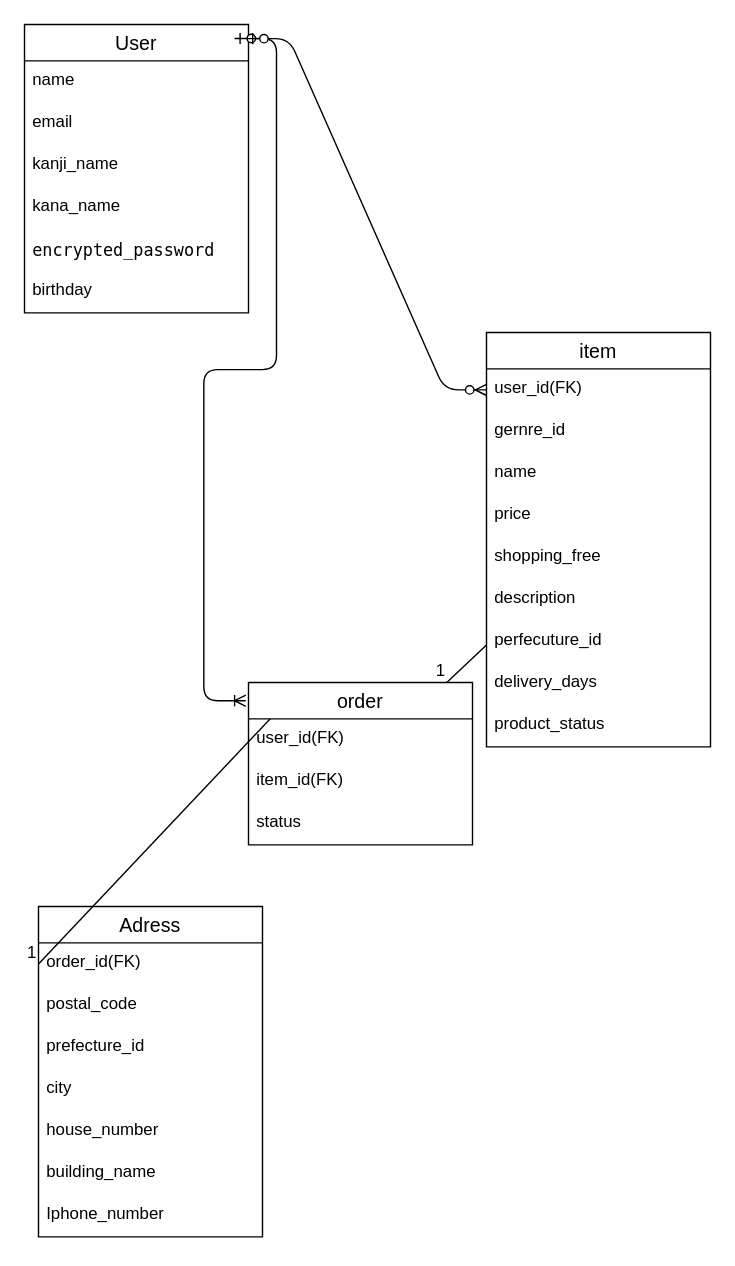
Before: furima.dio in hirowood/furima-41960, a draw.io diagram. Source tidied: cells renumbered, new cells numbered last; positions are measured from the earlier drawing's top-left corner, leaving out a move shared by most shapes. Both pictures are drawn from the tidied source at 140%, with x=0, y=0 at pixel (24, 24).
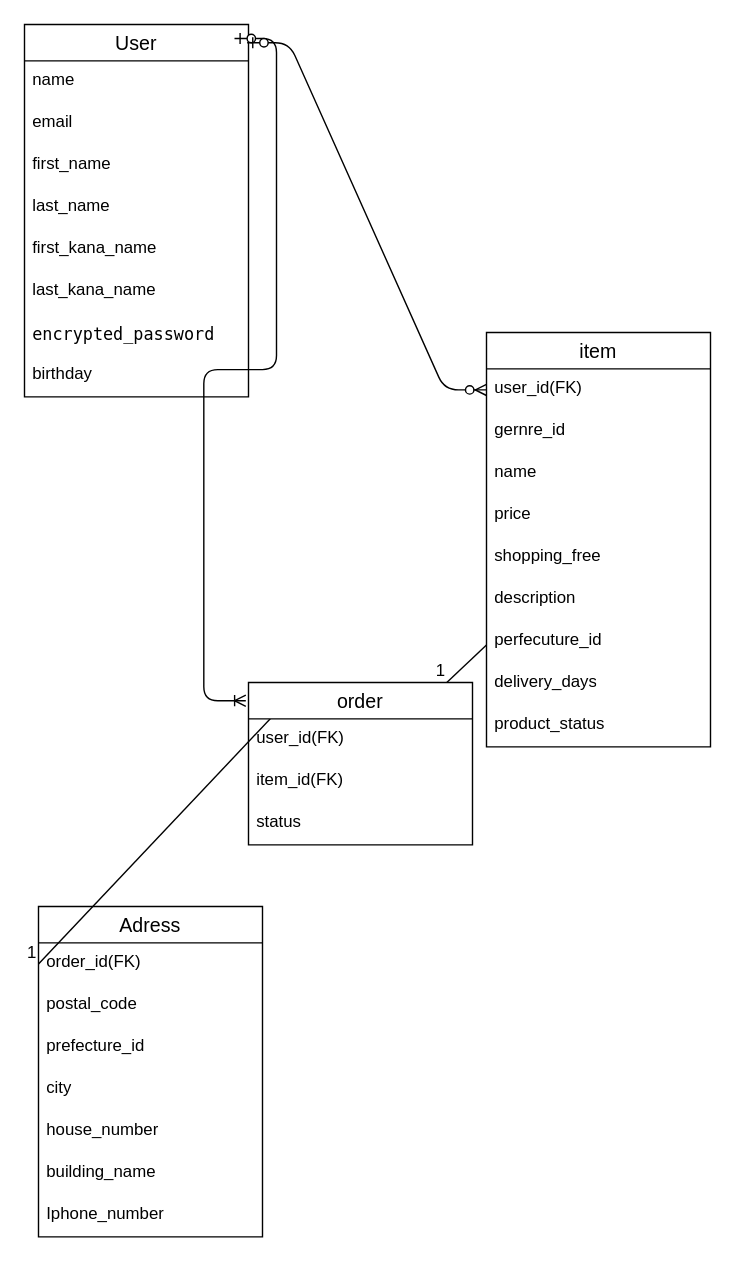
The same diagram, later.

Change to the diagram source:
```diff
@@
     <mxCell id="2" value="User" style="swimlane;fontStyle=0;horizontal=1;startSize=26;align=center;fontSize=14;" parent="1" vertex="1">
-      <mxGeometry width="160" height="206" as="geometry" />
+      <mxGeometry width="160" height="266" as="geometry" />
     </mxCell>
@@
-    <mxCell id="6" value="kanji_name" style="text;strokeColor=none;fillColor=none;spacingLeft=4;spacingRight=4;overflow=hidden;fontSize=12;whiteSpace=wrap;html=1;" parent="2" vertex="1">
+    <mxCell id="6" value="first_name" style="text;strokeColor=none;fillColor=none;spacingLeft=4;spacingRight=4;overflow=hidden;fontSize=12;whiteSpace=wrap;html=1;" parent="2" vertex="1">
       <mxGeometry y="86" width="160" height="30" as="geometry" />
     </mxCell>
-    <mxCell id="7" value="kana_name" style="text;strokeColor=none;fillColor=none;spacingLeft=4;spacingRight=4;overflow=hidden;fontSize=12;whiteSpace=wrap;html=1;" parent="2" vertex="1">
+    <mxCell id="7" value="last_name&lt;br&gt;&lt;div&gt;&lt;br&gt;&lt;/div&gt;&lt;div&gt;&lt;br&gt;&lt;/div&gt;" style="text;strokeColor=none;fillColor=none;spacingLeft=4;spacingRight=4;overflow=hidden;fontSize=12;whiteSpace=wrap;html=1;" parent="2" vertex="1">
       <mxGeometry y="116" width="160" height="30" as="geometry" />
     </mxCell>
+    <mxCell id="37" value="first_kana_name" style="text;strokeColor=none;fillColor=none;spacingLeft=4;spacingRight=4;overflow=hidden;fontSize=12;whiteSpace=wrap;html=1;" parent="2" vertex="1">
+      <mxGeometry y="146" width="160" height="30" as="geometry" />
+    </mxCell>
+    <mxCell id="38" value="last_kana_name" style="text;strokeColor=none;fillColor=none;spacingLeft=4;spacingRight=4;overflow=hidden;fontSize=12;whiteSpace=wrap;html=1;" parent="2" vertex="1">
+      <mxGeometry y="176" width="160" height="30" as="geometry" />
+    </mxCell>
     <mxCell id="8" value="&lt;div style=&quot;font-family: Menlo, Monaco, &amp;quot;Courier New&amp;quot;, monospace; line-height: 18px; white-space: pre;&quot;&gt;&lt;span&gt;&lt;font style=&quot;color: rgb(0, 0, 0);&quot;&gt;encrypted_password &lt;/font&gt;&lt;/span&gt;&lt;/div&gt;" style="text;strokeColor=none;fillColor=none;spacingLeft=4;spacingRight=4;overflow=hidden;fontSize=12;whiteSpace=wrap;html=1;labelBackgroundColor=none;" parent="2" vertex="1">
-      <mxGeometry y="146" width="160" height="30" as="geometry" />
+      <mxGeometry y="206" width="160" height="30" as="geometry" />
     </mxCell>
     <mxCell id="9" value="birthday&lt;div&gt;&lt;br&gt;&lt;/div&gt;" style="text;strokeColor=none;fillColor=none;spacingLeft=4;spacingRight=4;overflow=hidden;fontSize=12;whiteSpace=wrap;html=1;" parent="2" vertex="1">
-      <mxGeometry y="176" width="160" height="30" as="geometry" />
+      <mxGeometry y="236" width="160" height="30" as="geometry" />
     </mxCell>
```
